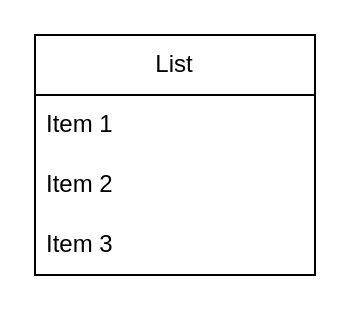
dantremb/blueprint keeps this draw.io diagram as Untitled Diagram.drawio. Above is the earlier version. Source tidied: cells renumbered, new cells numbered last; positions are measured from the earlier drawing's top-left corner, leaving out a move shared by most shapes. Both pictures are drawn from the tidied source at 200%, with x=0, y=0 at pixel (34, 34).
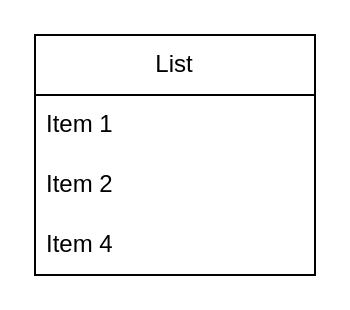
Above is the later version.

Change to the diagram source:
```diff
@@
 <mxGraphModel>
   <root>
     <mxCell id="0" />
     <mxCell id="1" parent="0" />
     <mxCell id="2" value="List" style="swimlane;fontStyle=0;horizontal=1;startSize=30;whiteSpace=wrap;html=1;" parent="1" vertex="1">
       <mxGeometry width="140" height="120" as="geometry" />
     </mxCell>
     <mxCell id="3" value="Item 1" style="text;strokeColor=none;fillColor=none;align=left;verticalAlign=middle;spacingLeft=4;spacingRight=4;overflow=hidden;whiteSpace=wrap;html=1;" parent="2" vertex="1">
       <mxGeometry y="30" width="140" height="30" as="geometry" />
     </mxCell>
     <mxCell id="4" value="Item 2" style="text;strokeColor=none;fillColor=none;align=left;verticalAlign=middle;spacingLeft=4;spacingRight=4;overflow=hidden;whiteSpace=wrap;html=1;" parent="2" vertex="1">
       <mxGeometry y="60" width="140" height="30" as="geometry" />
     </mxCell>
-    <mxCell id="5" value="Item 3" style="text;strokeColor=none;fillColor=none;align=left;verticalAlign=middle;spacingLeft=4;spacingRight=4;overflow=hidden;whiteSpace=wrap;html=1;" parent="2" vertex="1">
+    <mxCell id="5" value="Item 4" style="text;strokeColor=none;fillColor=none;align=left;verticalAlign=middle;spacingLeft=4;spacingRight=4;overflow=hidden;whiteSpace=wrap;html=1;" parent="2" vertex="1">
       <mxGeometry y="90" width="140" height="30" as="geometry" />
     </mxCell>
   </root>
 </mxGraphModel>
```
